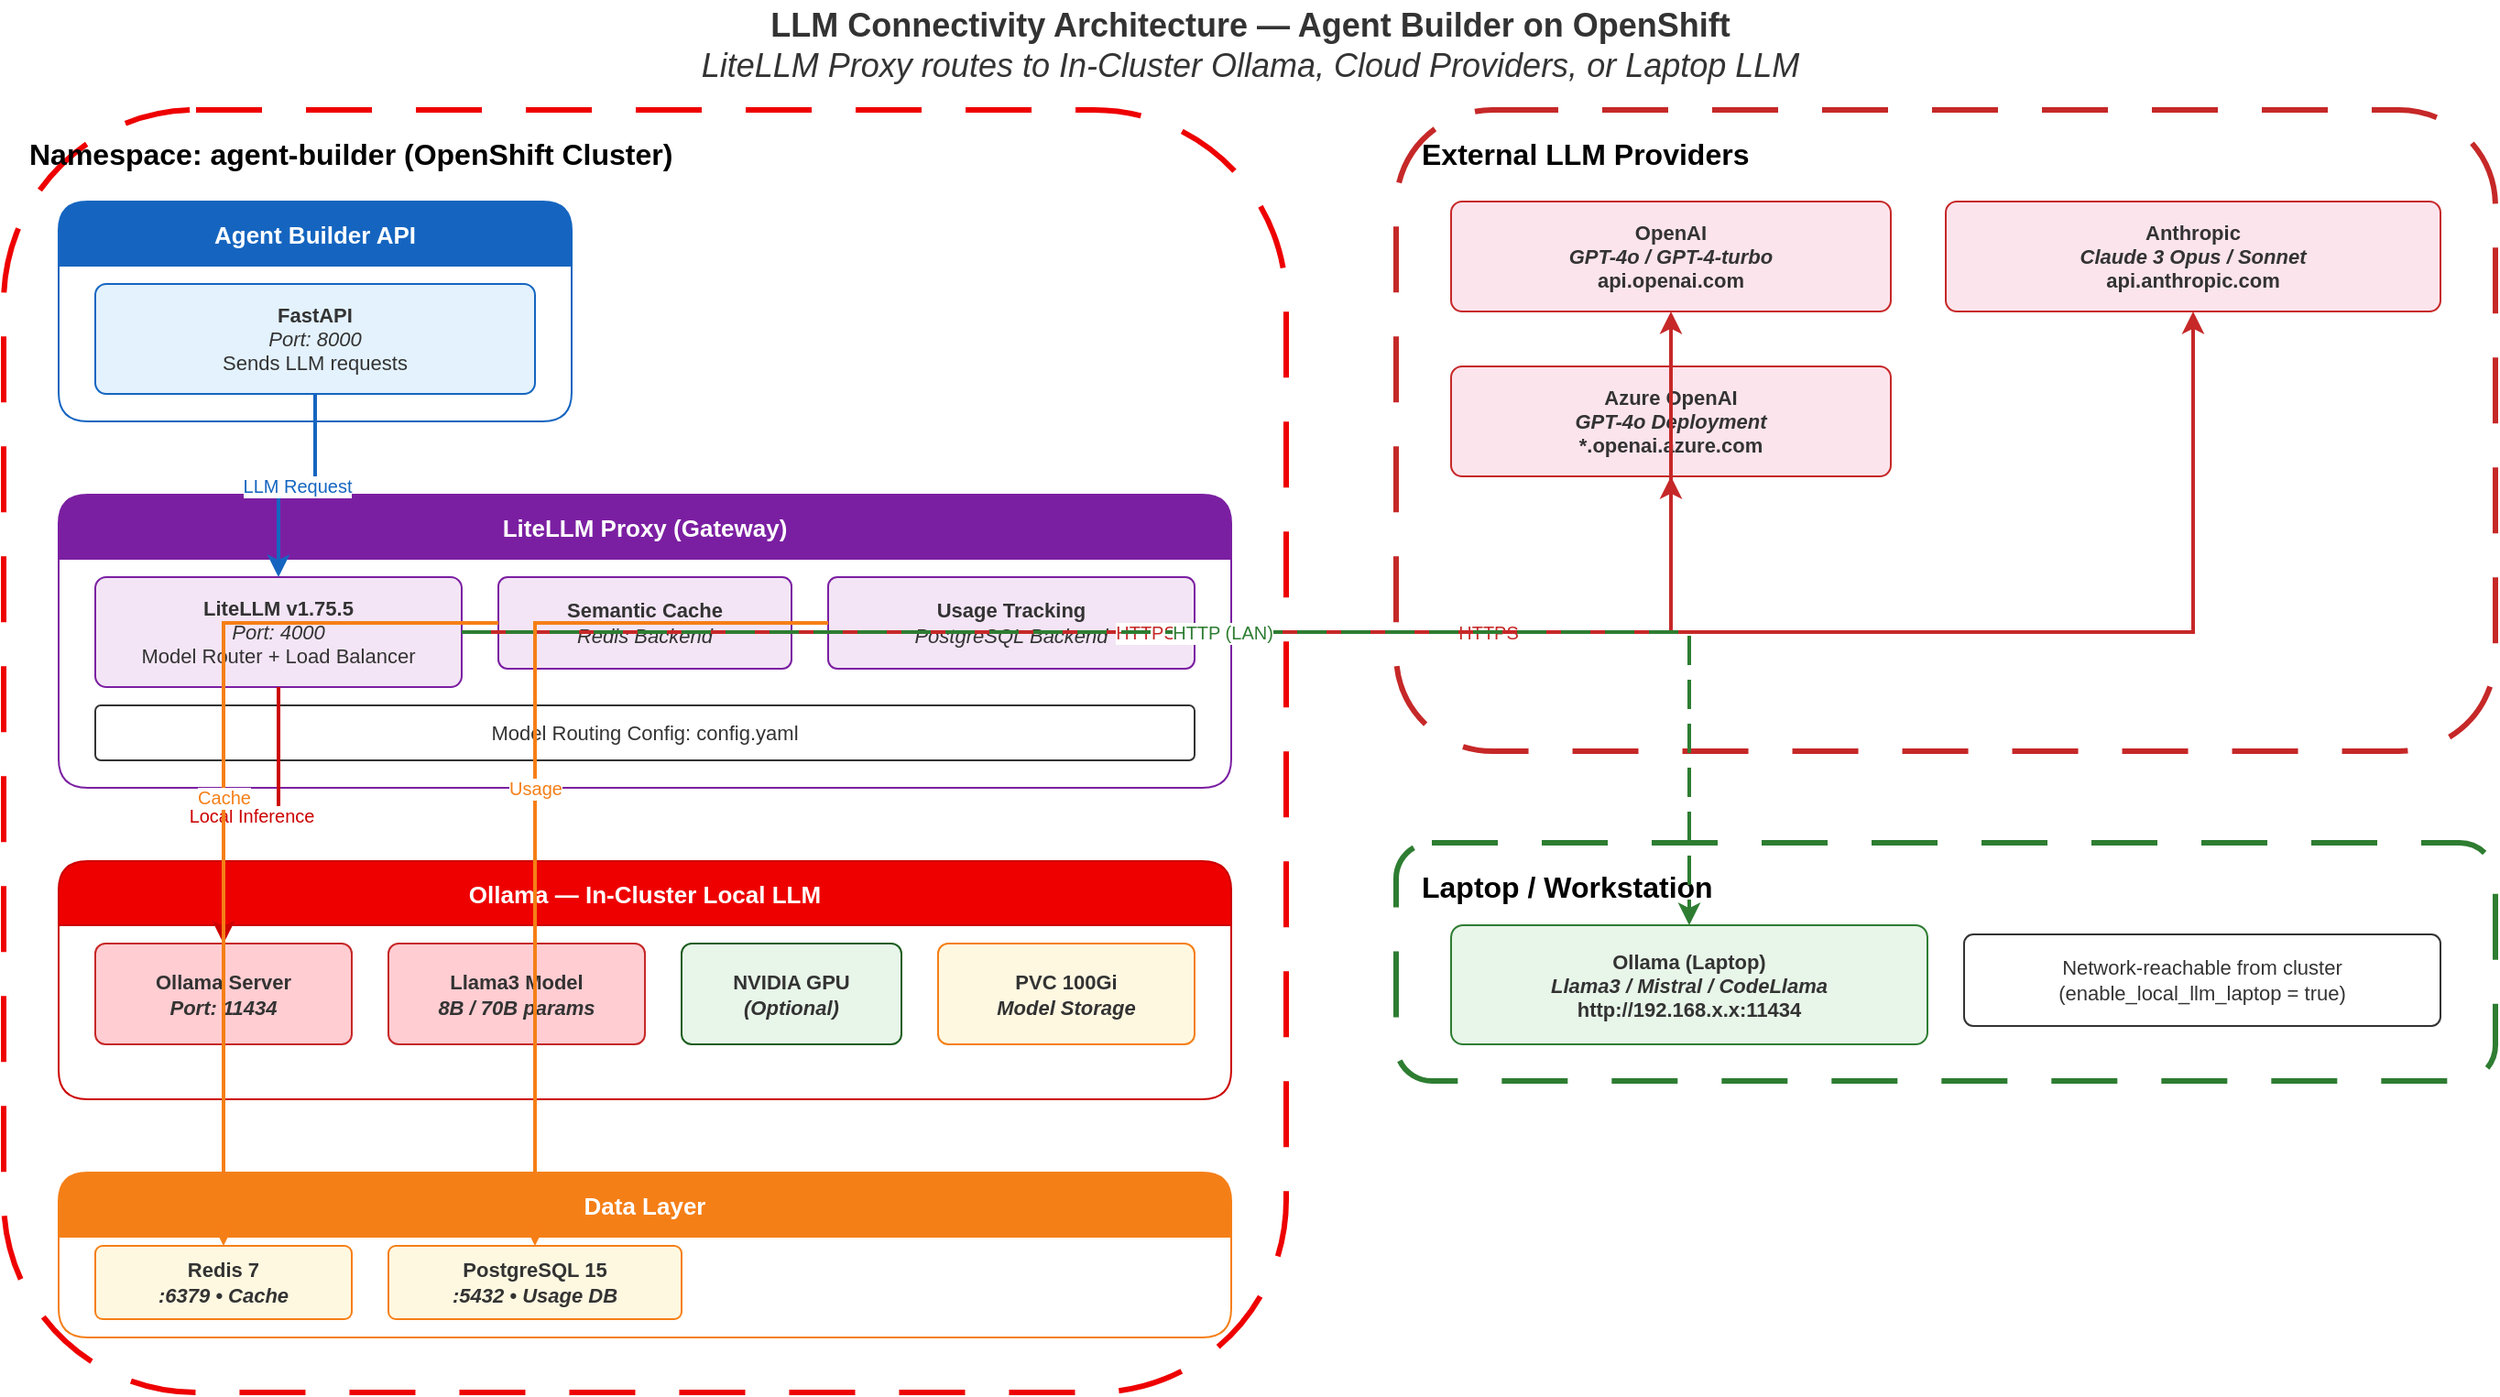
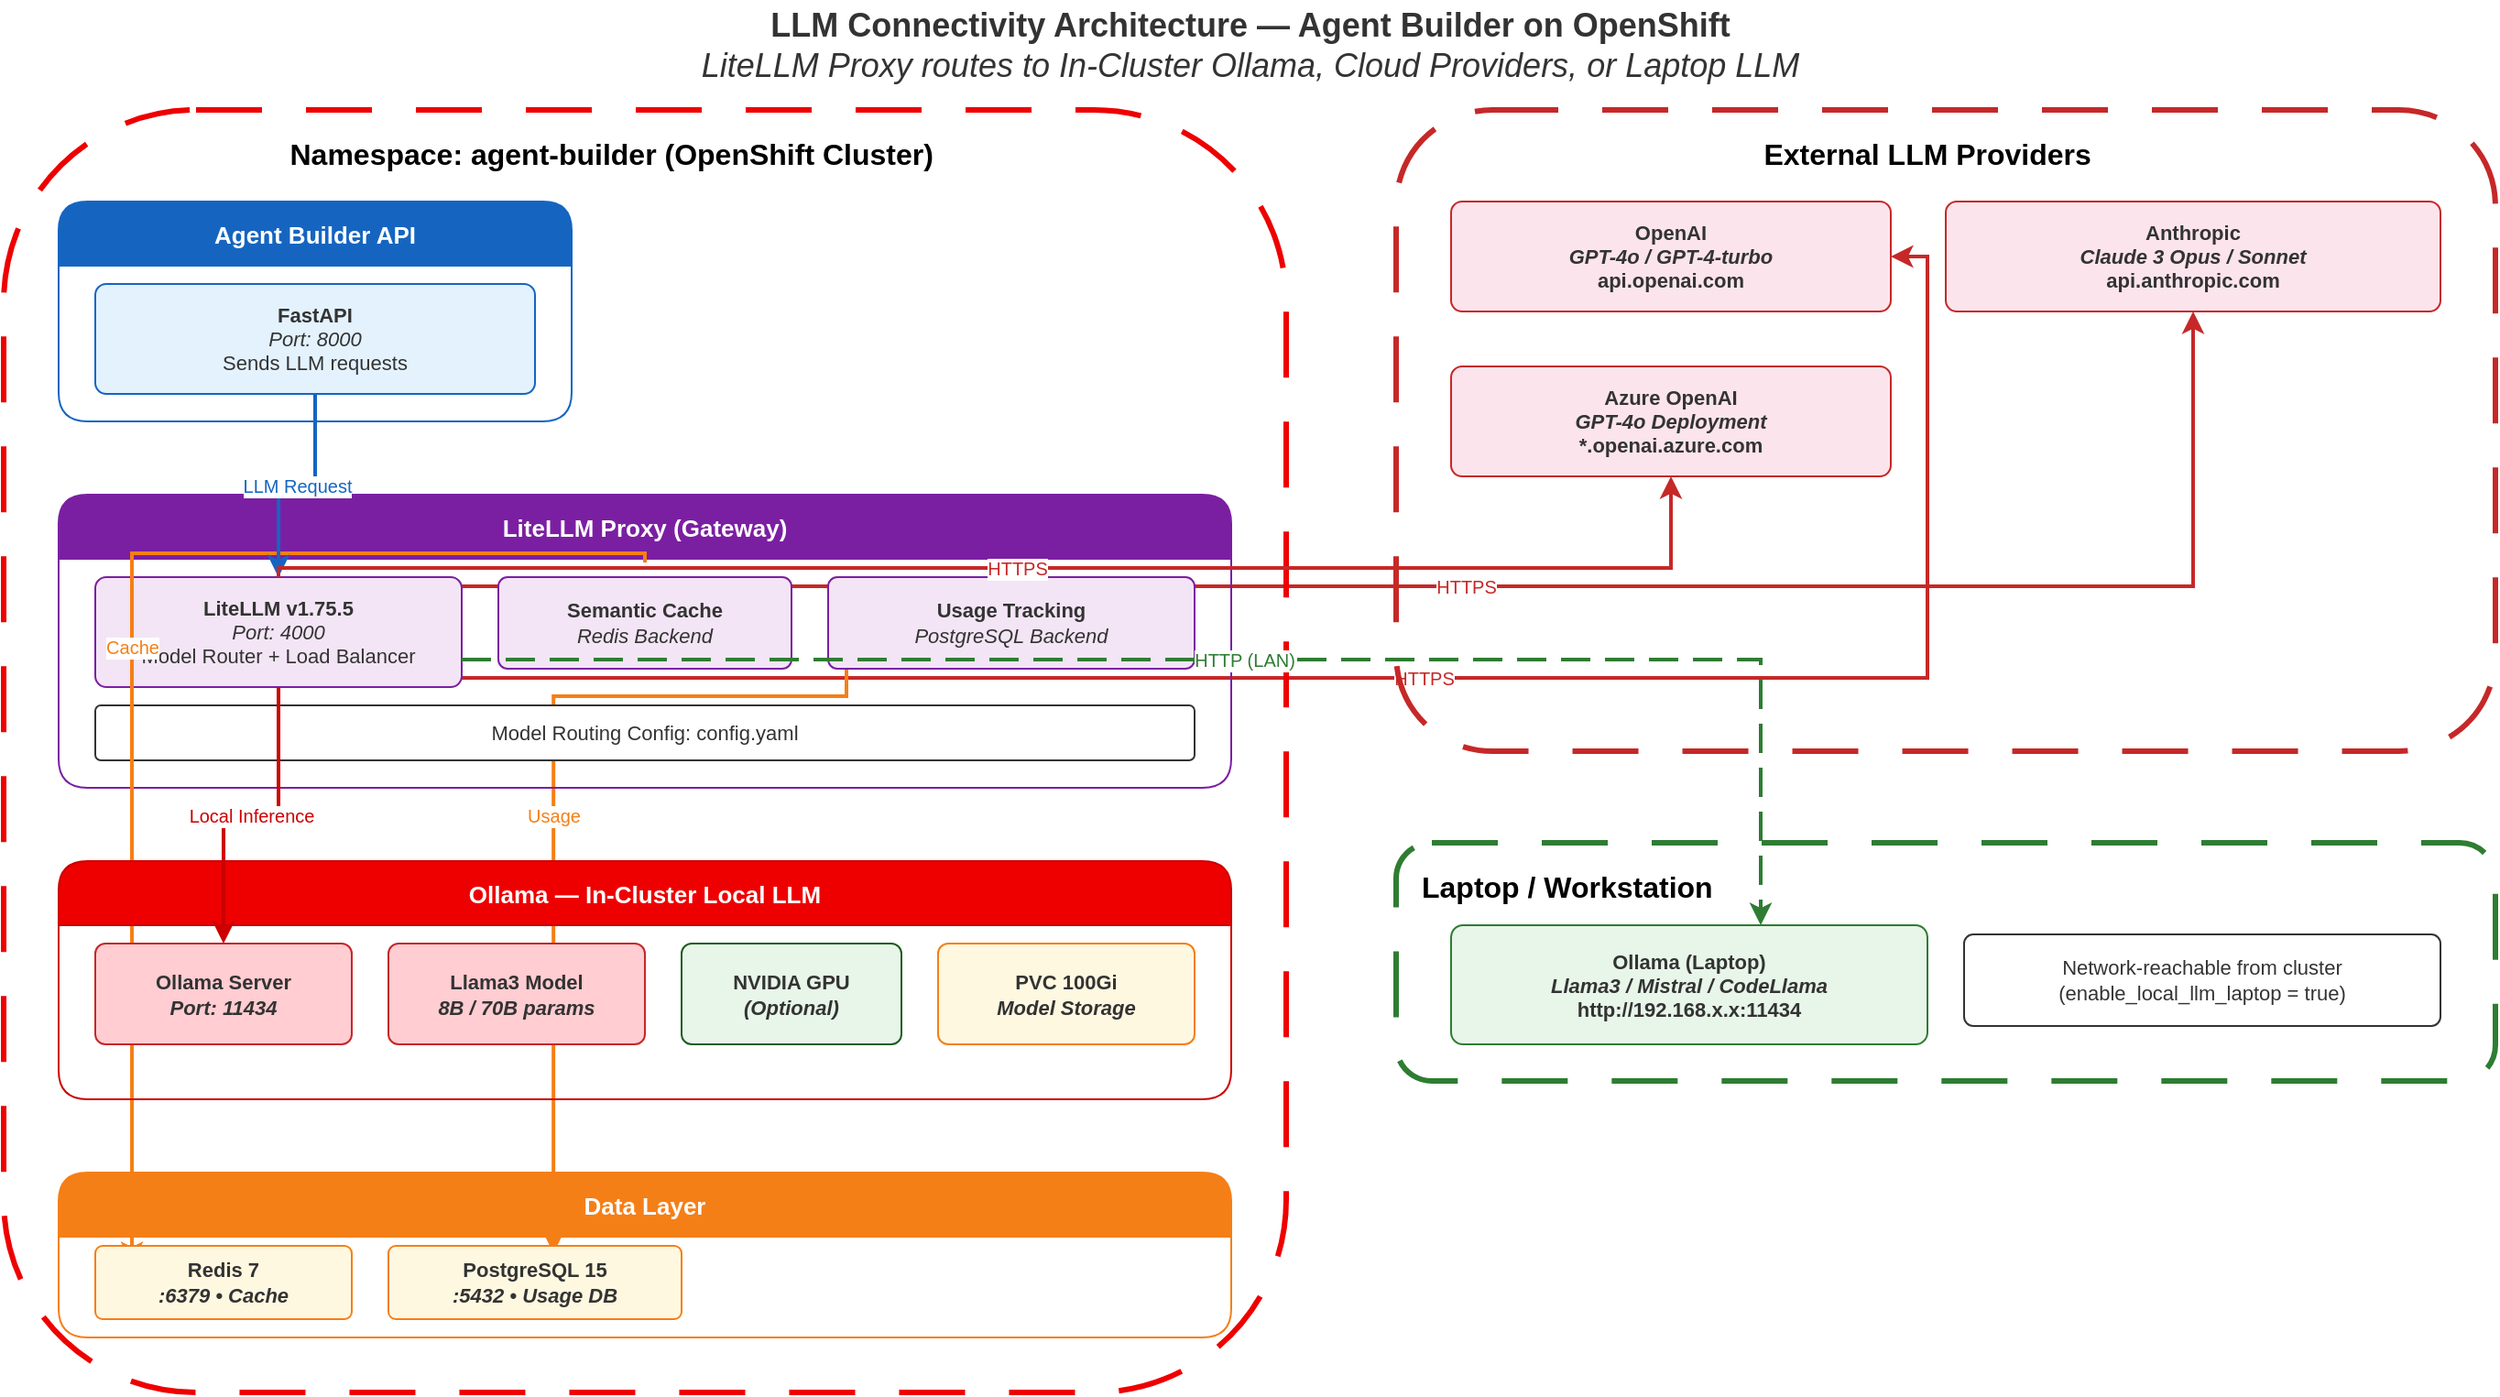
- <?xml version="1.0" encoding="UTF-8"?>
- <mxfile host="app.diagrams.net" modified="2026-04-09T00:00:00.000Z" agent="GitHub Copilot" version="24.0.0" type="device">
+ <mxfile host="Electron" agent="Mozilla/5.0 (Macintosh; Intel Mac OS X 10_15_7) AppleWebKit/537.36 (KHTML, like Gecko) draw.io/29.0.3 Chrome/140.0.7339.249 Electron/38.7.0 Safari/537.36" version="29.0.3">
  <diagram id="agent-builder-llm" name="Agent Builder LLM Connectivity">
-     <mxGraphModel dx="1400" dy="900" grid="1" gridSize="10" guides="1" tooltips="1" connect="1" arrows="1" fold="1" page="1" pageScale="1" pageWidth="1400" pageHeight="800" math="0" shadow="0">
+     <mxGraphModel dx="1234" dy="824" grid="1" gridSize="10" guides="1" tooltips="1" connect="1" arrows="1" fold="1" page="1" pageScale="1" pageWidth="1400" pageHeight="800" math="0" shadow="0">
      <root>
-         <mxCell id="0"/>
-         <mxCell id="1" parent="0"/>
-         <mxCell id="title" value="&lt;b&gt;LLM Connectivity Architecture — Agent Builder on OpenShift&lt;/b&gt;&lt;br&gt;&lt;i&gt;LiteLLM Proxy routes to In-Cluster Ollama, Cloud Providers, or Laptop LLM&lt;/i&gt;" style="text;html=1;align=center;verticalAlign=middle;resizable=0;points=[];autosize=1;strokeColor=none;fillColor=none;fontSize=18;fontColor=#333333;" vertex="1" parent="1">
-           <mxGeometry x="200" y="10" width="1000" height="50" as="geometry"/>
+         <mxCell id="0" />
+         <mxCell id="1" parent="0" />
+         <mxCell id="ea3" value="HTTPS" style="edgeStyle=orthogonalEdgeStyle;rounded=0;orthogonalLoop=1;jettySize=auto;html=1;strokeColor=#C62828;fontSize=10;fontColor=#C62828;labelBackgroundColor=#FFFFFF;strokeWidth=2;" parent="1" source="litellm_core" target="openai_p" edge="1">
+           <mxGeometry relative="1" as="geometry">
+             <Array as="points">
+               <mxPoint x="1070" y="380" />
+               <mxPoint x="1070" y="150" />
+             </Array>
+           </mxGeometry>
        </mxCell>
-         <mxCell id="ocp_ns" value="&lt;b&gt;Namespace: agent-builder (OpenShift Cluster)&lt;/b&gt;" style="rounded=1;whiteSpace=wrap;html=1;dashed=1;dashPattern=12 8;fillColor=none;fontSize=16;fontStyle=1;verticalAlign=top;align=left;spacingTop=8;spacingLeft=12;container=1;collapsible=0;strokeWidth=3;strokeColor=#EE0000;" vertex="1" parent="1">
-           <mxGeometry x="20" y="70" width="700" height="700" as="geometry"/>
+         <mxCell id="ea4" value="HTTPS" style="edgeStyle=orthogonalEdgeStyle;rounded=0;orthogonalLoop=1;jettySize=auto;html=1;strokeColor=#C62828;fontSize=10;fontColor=#C62828;labelBackgroundColor=#FFFFFF;strokeWidth=2;" parent="1" source="litellm_core" target="anthropic_p" edge="1">
+           <mxGeometry relative="1" as="geometry">
+             <Array as="points">
+               <mxPoint x="1215" y="330" />
+             </Array>
+           </mxGeometry>
        </mxCell>
-         <mxCell id="api_box" value="&lt;b&gt;Agent Builder API&lt;/b&gt;" style="swimlane;startSize=35;fillColor=#1565C0;fontColor=#FFFFFF;strokeColor=#1565C0;rounded=1;fontSize=13;fontStyle=1;whiteSpace=wrap;html=1;container=1;collapsible=0;" vertex="1" parent="ocp_ns">
-           <mxGeometry x="30" y="50" width="280" height="120" as="geometry"/>
+         <mxCell id="title" value="&lt;b&gt;LLM Connectivity Architecture — Agent Builder on OpenShift&lt;/b&gt;&lt;br&gt;&lt;i&gt;LiteLLM Proxy routes to In-Cluster Ollama, Cloud Providers, or Laptop LLM&lt;/i&gt;" style="text;html=1;align=center;verticalAlign=middle;resizable=0;points=[];autosize=1;strokeColor=none;fillColor=none;fontSize=18;fontColor=#333333;" parent="1" vertex="1">
+           <mxGeometry x="200" y="10" width="1000" height="50" as="geometry" />
        </mxCell>
-         <mxCell id="api_cell" value="&lt;b&gt;FastAPI&lt;/b&gt;&lt;br&gt;&lt;i&gt;Port: 8000&lt;/i&gt;&lt;br&gt;Sends LLM requests" style="rounded=1;whiteSpace=wrap;html=1;fillColor=#E3F2FD;strokeColor=#1565C0;fontSize=11;fontStyle=0;fontColor=#333333;arcSize=10;" vertex="1" parent="api_box">
-           <mxGeometry x="20" y="45" width="240" height="60" as="geometry"/>
+         <mxCell id="ocp_ns" value="&lt;b&gt;&lt;span style=&quot;white-space: pre;&quot;&gt;&#x9;&lt;/span&gt;&lt;span style=&quot;white-space: pre;&quot;&gt;&#x9;&lt;/span&gt;&lt;span style=&quot;white-space: pre;&quot;&gt;&#x9;&lt;/span&gt;&lt;span style=&quot;white-space: pre;&quot;&gt;&#x9;&lt;/span&gt;Namespace: agent-builder (OpenShift Cluster)&lt;/b&gt;" style="rounded=1;whiteSpace=wrap;html=1;dashed=1;dashPattern=12 8;fillColor=none;fontSize=16;fontStyle=1;verticalAlign=top;align=left;spacingTop=8;spacingLeft=12;container=1;collapsible=0;strokeWidth=3;strokeColor=#EE0000;" parent="1" vertex="1">
+           <mxGeometry x="20" y="70" width="700" height="700" as="geometry" />
        </mxCell>
-         <mxCell id="litellm_box" value="&lt;b&gt;LiteLLM Proxy (Gateway)&lt;/b&gt;" style="swimlane;startSize=35;fillColor=#7B1FA2;fontColor=#FFFFFF;strokeColor=#7B1FA2;rounded=1;fontSize=13;fontStyle=1;whiteSpace=wrap;html=1;container=1;collapsible=0;" vertex="1" parent="ocp_ns">
-           <mxGeometry x="30" y="210" width="640" height="160" as="geometry"/>
+         <mxCell id="ea8" value="Usage" style="edgeStyle=orthogonalEdgeStyle;rounded=0;orthogonalLoop=1;jettySize=auto;html=1;strokeColor=#F57F17;fontSize=10;fontColor=#F57F17;labelBackgroundColor=#FFFFFF;strokeWidth=2;entryX=0.563;entryY=0.1;entryDx=0;entryDy=0;entryPerimeter=0;" parent="ocp_ns" target="pg_c" edge="1">
+           <mxGeometry relative="1" as="geometry">
+             <mxPoint x="460" y="305" as="sourcePoint" />
+             <mxPoint x="300" y="645" as="targetPoint" />
+             <Array as="points">
+               <mxPoint x="460" y="320" />
+               <mxPoint x="300" y="320" />
+             </Array>
+           </mxGeometry>
        </mxCell>
-         <mxCell id="litellm_core" value="&lt;b&gt;LiteLLM v1.75.5&lt;/b&gt;&lt;br&gt;&lt;i&gt;Port: 4000&lt;/i&gt;&lt;br&gt;Model Router + Load Balancer" style="rounded=1;whiteSpace=wrap;html=1;fillColor=#F3E5F5;strokeColor=#7B1FA2;fontSize=11;fontStyle=0;fontColor=#333333;arcSize=10;" vertex="1" parent="litellm_box">
-           <mxGeometry x="20" y="45" width="200" height="60" as="geometry"/>
+         <mxCell id="api_box" value="&lt;b&gt;Agent Builder API&lt;/b&gt;" style="swimlane;startSize=35;fillColor=#1565C0;fontColor=#FFFFFF;strokeColor=#1565C0;rounded=1;fontSize=13;fontStyle=1;whiteSpace=wrap;html=1;container=1;collapsible=0;" parent="ocp_ns" vertex="1">
+           <mxGeometry x="30" y="50" width="280" height="120" as="geometry" />
        </mxCell>
-         <mxCell id="litellm_cache" value="&lt;b&gt;Semantic Cache&lt;/b&gt;&lt;br&gt;&lt;i&gt;Redis Backend&lt;/i&gt;" style="rounded=1;whiteSpace=wrap;html=1;fillColor=#F3E5F5;strokeColor=#7B1FA2;fontSize=11;fontStyle=0;fontColor=#333333;arcSize=10;" vertex="1" parent="litellm_box">
-           <mxGeometry x="240" y="45" width="160" height="50" as="geometry"/>
+         <mxCell id="api_cell" value="&lt;b&gt;FastAPI&lt;/b&gt;&lt;br&gt;&lt;i&gt;Port: 8000&lt;/i&gt;&lt;br&gt;Sends LLM requests" style="rounded=1;whiteSpace=wrap;html=1;fillColor=#E3F2FD;strokeColor=#1565C0;fontSize=11;fontStyle=0;fontColor=#333333;arcSize=10;" parent="api_box" vertex="1">
+           <mxGeometry x="20" y="45" width="240" height="60" as="geometry" />
        </mxCell>
-         <mxCell id="litellm_pg" value="&lt;b&gt;Usage Tracking&lt;/b&gt;&lt;br&gt;&lt;i&gt;PostgreSQL Backend&lt;/i&gt;" style="rounded=1;whiteSpace=wrap;html=1;fillColor=#F3E5F5;strokeColor=#7B1FA2;fontSize=11;fontStyle=0;fontColor=#333333;arcSize=10;" vertex="1" parent="litellm_box">
-           <mxGeometry x="420" y="45" width="200" height="50" as="geometry"/>
+         <mxCell id="litellm_box" value="&lt;b&gt;LiteLLM Proxy (Gateway)&lt;/b&gt;" style="swimlane;startSize=35;fillColor=#7B1FA2;fontColor=#FFFFFF;strokeColor=#7B1FA2;rounded=1;fontSize=13;fontStyle=1;whiteSpace=wrap;html=1;container=1;collapsible=0;" parent="ocp_ns" vertex="1">
+           <mxGeometry x="30" y="210" width="640" height="160" as="geometry" />
        </mxCell>
-         <mxCell id="litellm_cfg" value="Model Routing Config: config.yaml" style="rounded=1;whiteSpace=wrap;html=1;fillColor=#FFFFFF;strokeColor=#333333;fontSize=11;fontStyle=0;fontColor=#333333;arcSize=10;" vertex="1" parent="litellm_box">
-           <mxGeometry x="20" y="115" width="600" height="30" as="geometry"/>
+         <mxCell id="litellm_core" value="&lt;font style=&quot;font-size: 11px;&quot;&gt;&lt;b style=&quot;&quot;&gt;LiteLLM v1.75.5&lt;/b&gt;&lt;br&gt;&lt;i style=&quot;&quot;&gt;Port: 4000&lt;/i&gt;&lt;br&gt;Model Router + Load Balancer&lt;/font&gt;" style="rounded=1;whiteSpace=wrap;html=1;fillColor=#F3E5F5;strokeColor=#7B1FA2;fontSize=11;fontStyle=0;fontColor=#333333;arcSize=10;align=center;" parent="litellm_box" vertex="1">
+           <mxGeometry x="20" y="45" width="200" height="60" as="geometry" />
        </mxCell>
-         <mxCell id="ollama_box" value="&lt;b&gt;Ollama — In-Cluster Local LLM&lt;/b&gt;" style="swimlane;startSize=35;fillColor=#EE0000;fontColor=#FFFFFF;strokeColor=#CC0000;rounded=1;fontSize=13;fontStyle=1;whiteSpace=wrap;html=1;container=1;collapsible=0;" vertex="1" parent="ocp_ns">
-           <mxGeometry x="30" y="410" width="640" height="130" as="geometry"/>
+         <mxCell id="litellm_cache" value="&lt;b&gt;Semantic Cache&lt;/b&gt;&lt;br&gt;&lt;i&gt;Redis Backend&lt;/i&gt;" style="rounded=1;whiteSpace=wrap;html=1;fillColor=#F3E5F5;strokeColor=#7B1FA2;fontSize=11;fontStyle=0;fontColor=#333333;arcSize=10;" parent="litellm_box" vertex="1">
+           <mxGeometry x="240" y="45" width="160" height="50" as="geometry" />
        </mxCell>
-         <mxCell id="ollama_core" value="&lt;b&gt;Ollama Server&lt;/b&gt;&lt;br&gt;&lt;i&gt;Port: 11434&lt;/i&gt;" style="rounded=1;whiteSpace=wrap;html=1;fillColor=#FFCDD2;strokeColor=#C62828;fontSize=11;fontStyle=1;fontColor=#333333;arcSize=10;" vertex="1" parent="ollama_box">
-           <mxGeometry x="20" y="45" width="140" height="55" as="geometry"/>
+         <mxCell id="litellm_pg" value="&lt;b&gt;Usage Tracking&lt;/b&gt;&lt;br&gt;&lt;i&gt;PostgreSQL Backend&lt;/i&gt;" style="rounded=1;whiteSpace=wrap;html=1;fillColor=#F3E5F5;strokeColor=#7B1FA2;fontSize=11;fontStyle=0;fontColor=#333333;arcSize=10;" parent="litellm_box" vertex="1">
+           <mxGeometry x="420" y="45" width="200" height="50" as="geometry" />
        </mxCell>
-         <mxCell id="ollama_model" value="&lt;b&gt;Llama3 Model&lt;/b&gt;&lt;br&gt;&lt;i&gt;8B / 70B params&lt;/i&gt;" style="rounded=1;whiteSpace=wrap;html=1;fillColor=#FFCDD2;strokeColor=#C62828;fontSize=11;fontStyle=1;fontColor=#333333;arcSize=10;" vertex="1" parent="ollama_box">
-           <mxGeometry x="180" y="45" width="140" height="55" as="geometry"/>
+         <mxCell id="litellm_cfg" value="Model Routing Config: config.yaml" style="rounded=1;whiteSpace=wrap;html=1;fillColor=#FFFFFF;strokeColor=#333333;fontSize=11;fontStyle=0;fontColor=#333333;arcSize=10;" parent="litellm_box" vertex="1">
+           <mxGeometry x="20" y="115" width="600" height="30" as="geometry" />
        </mxCell>
-         <mxCell id="ollama_gpu" value="&lt;b&gt;NVIDIA GPU&lt;/b&gt;&lt;br&gt;&lt;i&gt;(Optional)&lt;/i&gt;" style="rounded=1;whiteSpace=wrap;html=1;fillColor=#E8F5E9;strokeColor=#1B5E20;fontSize=11;fontStyle=1;fontColor=#333333;arcSize=10;" vertex="1" parent="ollama_box">
-           <mxGeometry x="340" y="45" width="120" height="55" as="geometry"/>
+         <mxCell id="ea7" value="Cache" style="edgeStyle=orthogonalEdgeStyle;rounded=0;orthogonalLoop=1;jettySize=auto;html=1;strokeColor=#F57F17;fontSize=10;fontColor=#F57F17;labelBackgroundColor=#FFFFFF;strokeWidth=2;entryX=0.143;entryY=0.25;entryDx=0;entryDy=0;entryPerimeter=0;" parent="litellm_box" target="redis_c" edge="1">
+           <mxGeometry relative="1" as="geometry">
+             <mxPoint x="320" y="37" as="sourcePoint" />
+             <mxPoint x="40" y="412" as="targetPoint" />
+             <Array as="points">
+               <mxPoint x="320" y="32" />
+               <mxPoint x="40" y="32" />
+             </Array>
+           </mxGeometry>
        </mxCell>
-         <mxCell id="ollama_pvc" value="&lt;b&gt;PVC 100Gi&lt;/b&gt;&lt;br&gt;&lt;i&gt;Model Storage&lt;/i&gt;" style="rounded=1;whiteSpace=wrap;html=1;fillColor=#FFF8E1;strokeColor=#F57F17;fontSize=11;fontStyle=1;fontColor=#333333;arcSize=10;" vertex="1" parent="ollama_box">
-           <mxGeometry x="480" y="45" width="140" height="55" as="geometry"/>
+         <mxCell id="ollama_box" value="&lt;b&gt;Ollama — In-Cluster Local LLM&lt;/b&gt;" style="swimlane;startSize=35;fillColor=#EE0000;fontColor=#FFFFFF;strokeColor=#CC0000;rounded=1;fontSize=13;fontStyle=1;whiteSpace=wrap;html=1;container=1;collapsible=0;" parent="ocp_ns" vertex="1">
+           <mxGeometry x="30" y="410" width="640" height="130" as="geometry" />
        </mxCell>
-         <mxCell id="data_box" value="&lt;b&gt;Data Layer&lt;/b&gt;" style="swimlane;startSize=35;fillColor=#F57F17;fontColor=#FFFFFF;strokeColor=#F57F17;rounded=1;fontSize=13;fontStyle=1;whiteSpace=wrap;html=1;container=1;collapsible=0;" vertex="1" parent="ocp_ns">
-           <mxGeometry x="30" y="580" width="640" height="90" as="geometry"/>
+         <mxCell id="ollama_core" value="&lt;b&gt;Ollama Server&lt;/b&gt;&lt;br&gt;&lt;i&gt;Port: 11434&lt;/i&gt;" style="rounded=1;whiteSpace=wrap;html=1;fillColor=#FFCDD2;strokeColor=#C62828;fontSize=11;fontStyle=1;fontColor=#333333;arcSize=10;" parent="ollama_box" vertex="1">
+           <mxGeometry x="20" y="45" width="140" height="55" as="geometry" />
        </mxCell>
-         <mxCell id="redis_c" value="&lt;b&gt;Redis 7&lt;/b&gt;&lt;br&gt;&lt;i&gt;:6379 • Cache&lt;/i&gt;" style="rounded=1;whiteSpace=wrap;html=1;fillColor=#FFF8E1;strokeColor=#F57F17;fontSize=11;fontStyle=1;fontColor=#333333;arcSize=10;" vertex="1" parent="data_box">
-           <mxGeometry x="20" y="40" width="140" height="40" as="geometry"/>
+         <mxCell id="ollama_model" value="&lt;b&gt;Llama3 Model&lt;/b&gt;&lt;br&gt;&lt;i&gt;8B / 70B params&lt;/i&gt;" style="rounded=1;whiteSpace=wrap;html=1;fillColor=#FFCDD2;strokeColor=#C62828;fontSize=11;fontStyle=1;fontColor=#333333;arcSize=10;" parent="ollama_box" vertex="1">
+           <mxGeometry x="180" y="45" width="140" height="55" as="geometry" />
        </mxCell>
-         <mxCell id="pg_c" value="&lt;b&gt;PostgreSQL 15&lt;/b&gt;&lt;br&gt;&lt;i&gt;:5432 • Usage DB&lt;/i&gt;" style="rounded=1;whiteSpace=wrap;html=1;fillColor=#FFF8E1;strokeColor=#F57F17;fontSize=11;fontStyle=1;fontColor=#333333;arcSize=10;" vertex="1" parent="data_box">
-           <mxGeometry x="180" y="40" width="160" height="40" as="geometry"/>
+         <mxCell id="ollama_gpu" value="&lt;b&gt;NVIDIA GPU&lt;/b&gt;&lt;br&gt;&lt;i&gt;(Optional)&lt;/i&gt;" style="rounded=1;whiteSpace=wrap;html=1;fillColor=#E8F5E9;strokeColor=#1B5E20;fontSize=11;fontStyle=1;fontColor=#333333;arcSize=10;" parent="ollama_box" vertex="1">
+           <mxGeometry x="340" y="45" width="120" height="55" as="geometry" />
        </mxCell>
-         <mxCell id="ext_region" value="&lt;b&gt;External LLM Providers&lt;/b&gt;" style="rounded=1;whiteSpace=wrap;html=1;dashed=1;dashPattern=12 8;fillColor=none;fontSize=16;fontStyle=1;verticalAlign=top;align=left;spacingTop=8;spacingLeft=12;container=1;collapsible=0;strokeWidth=3;strokeColor=#C62828;" vertex="1" parent="1">
-           <mxGeometry x="780" y="70" width="600" height="350" as="geometry"/>
+         <mxCell id="ollama_pvc" value="&lt;b&gt;PVC 100Gi&lt;/b&gt;&lt;br&gt;&lt;i&gt;Model Storage&lt;/i&gt;" style="rounded=1;whiteSpace=wrap;html=1;fillColor=#FFF8E1;strokeColor=#F57F17;fontSize=11;fontStyle=1;fontColor=#333333;arcSize=10;" parent="ollama_box" vertex="1">
+           <mxGeometry x="480" y="45" width="140" height="55" as="geometry" />
        </mxCell>
-         <mxCell id="openai_p" value="&lt;b&gt;OpenAI&lt;/b&gt;&lt;br&gt;&lt;i&gt;GPT-4o / GPT-4-turbo&lt;/i&gt;&lt;br&gt;api.openai.com" style="rounded=1;whiteSpace=wrap;html=1;fillColor=#FCE4EC;strokeColor=#C62828;fontSize=11;fontStyle=1;fontColor=#333333;arcSize=10;" vertex="1" parent="ext_region">
-           <mxGeometry x="30" y="50" width="240" height="60" as="geometry"/>
+         <mxCell id="data_box" value="&lt;b&gt;Data Layer&lt;/b&gt;" style="swimlane;startSize=35;fillColor=#F57F17;fontColor=#FFFFFF;strokeColor=#F57F17;rounded=1;fontSize=13;fontStyle=1;whiteSpace=wrap;html=1;container=1;collapsible=0;" parent="ocp_ns" vertex="1">
+           <mxGeometry x="30" y="580" width="640" height="90" as="geometry" />
        </mxCell>
-         <mxCell id="anthropic_p" value="&lt;b&gt;Anthropic&lt;/b&gt;&lt;br&gt;&lt;i&gt;Claude 3 Opus / Sonnet&lt;/i&gt;&lt;br&gt;api.anthropic.com" style="rounded=1;whiteSpace=wrap;html=1;fillColor=#FCE4EC;strokeColor=#C62828;fontSize=11;fontStyle=1;fontColor=#333333;arcSize=10;" vertex="1" parent="ext_region">
-           <mxGeometry x="300" y="50" width="270" height="60" as="geometry"/>
+         <mxCell id="redis_c" value="&lt;b&gt;Redis 7&lt;/b&gt;&lt;br&gt;&lt;i&gt;:6379 • Cache&lt;/i&gt;" style="rounded=1;whiteSpace=wrap;html=1;fillColor=#FFF8E1;strokeColor=#F57F17;fontSize=11;fontStyle=1;fontColor=#333333;arcSize=10;" parent="data_box" vertex="1">
+           <mxGeometry x="20" y="40" width="140" height="40" as="geometry" />
        </mxCell>
-         <mxCell id="azure_oai_p" value="&lt;b&gt;Azure OpenAI&lt;/b&gt;&lt;br&gt;&lt;i&gt;GPT-4o Deployment&lt;/i&gt;&lt;br&gt;*.openai.azure.com" style="rounded=1;whiteSpace=wrap;html=1;fillColor=#FCE4EC;strokeColor=#C62828;fontSize=11;fontStyle=1;fontColor=#333333;arcSize=10;" vertex="1" parent="ext_region">
-           <mxGeometry x="30" y="140" width="240" height="60" as="geometry"/>
+         <mxCell id="pg_c" value="&lt;b&gt;PostgreSQL 15&lt;/b&gt;&lt;br&gt;&lt;i&gt;:5432 • Usage DB&lt;/i&gt;" style="rounded=1;whiteSpace=wrap;html=1;fillColor=#FFF8E1;strokeColor=#F57F17;fontSize=11;fontStyle=1;fontColor=#333333;arcSize=10;" parent="data_box" vertex="1">
+           <mxGeometry x="180" y="40" width="160" height="40" as="geometry" />
        </mxCell>
-         <mxCell id="laptop_region" value="&lt;b&gt;Laptop / Workstation&lt;/b&gt;" style="rounded=1;whiteSpace=wrap;html=1;dashed=1;dashPattern=12 8;fillColor=none;fontSize=16;fontStyle=1;verticalAlign=top;align=left;spacingTop=8;spacingLeft=12;container=1;collapsible=0;strokeWidth=3;strokeColor=#2E7D32;" vertex="1" parent="1">
-           <mxGeometry x="780" y="470" width="600" height="130" as="geometry"/>
+         <mxCell id="ext_region" value="&lt;b&gt;&lt;span style=&quot;white-space: pre;&quot;&gt;&#x9;&lt;/span&gt;&lt;span style=&quot;white-space: pre;&quot;&gt;&#x9;&lt;/span&gt;&lt;span style=&quot;white-space: pre;&quot;&gt;&#x9;&lt;/span&gt;&lt;span style=&quot;white-space: pre;&quot;&gt;&#x9;&lt;/span&gt;&lt;span style=&quot;white-space: pre;&quot;&gt;&#x9;&lt;/span&gt;&amp;nbsp; External LLM Providers&lt;/b&gt;" style="rounded=1;whiteSpace=wrap;html=1;dashed=1;dashPattern=12 8;fillColor=none;fontSize=16;fontStyle=1;verticalAlign=top;align=left;spacingTop=8;spacingLeft=12;container=1;collapsible=0;strokeWidth=3;strokeColor=#C62828;" parent="1" vertex="1">
+           <mxGeometry x="780" y="70" width="600" height="350" as="geometry" />
        </mxCell>
-         <mxCell id="laptop_ollama" value="&lt;b&gt;Ollama (Laptop)&lt;/b&gt;&lt;br&gt;&lt;i&gt;Llama3 / Mistral / CodeLlama&lt;/i&gt;&lt;br&gt;http://192.168.x.x:11434" style="rounded=1;whiteSpace=wrap;html=1;fillColor=#E8F5E9;strokeColor=#2E7D32;fontSize=11;fontStyle=1;fontColor=#333333;arcSize=10;" vertex="1" parent="laptop_region">
-           <mxGeometry x="30" y="45" width="260" height="65" as="geometry"/>
+         <mxCell id="openai_p" value="&lt;b&gt;OpenAI&lt;/b&gt;&lt;br&gt;&lt;i&gt;GPT-4o / GPT-4-turbo&lt;/i&gt;&lt;br&gt;api.openai.com" style="rounded=1;whiteSpace=wrap;html=1;fillColor=#FCE4EC;strokeColor=#C62828;fontSize=11;fontStyle=1;fontColor=#333333;arcSize=10;" parent="ext_region" vertex="1">
+           <mxGeometry x="30" y="50" width="240" height="60" as="geometry" />
        </mxCell>
-         <mxCell id="laptop_note" value="Network-reachable from cluster&lt;br&gt;(enable_local_llm_laptop = true)" style="rounded=1;whiteSpace=wrap;html=1;fillColor=#FFFFFF;strokeColor=#333333;fontSize=11;fontStyle=0;fontColor=#333333;arcSize=10;" vertex="1" parent="laptop_region">
-           <mxGeometry x="310" y="50" width="260" height="50" as="geometry"/>
+         <mxCell id="anthropic_p" value="&lt;b&gt;Anthropic&lt;/b&gt;&lt;br&gt;&lt;i&gt;Claude 3 Opus / Sonnet&lt;/i&gt;&lt;br&gt;api.anthropic.com" style="rounded=1;whiteSpace=wrap;html=1;fillColor=#FCE4EC;strokeColor=#C62828;fontSize=11;fontStyle=1;fontColor=#333333;arcSize=10;" parent="ext_region" vertex="1">
+           <mxGeometry x="300" y="50" width="270" height="60" as="geometry" />
        </mxCell>
-         <mxCell id="ea1" value="LLM Request" style="edgeStyle=orthogonalEdgeStyle;rounded=0;orthogonalLoop=1;jettySize=auto;html=1;strokeColor=#1565C0;fontSize=10;fontColor=#1565C0;labelBackgroundColor=#FFFFFF;strokeWidth=2;" edge="1" source="api_cell" target="litellm_core" parent="1">
-           <mxGeometry relative="1" as="geometry"/>
+         <mxCell id="azure_oai_p" value="&lt;b&gt;Azure OpenAI&lt;/b&gt;&lt;br&gt;&lt;i&gt;GPT-4o Deployment&lt;/i&gt;&lt;br&gt;*.openai.azure.com" style="rounded=1;whiteSpace=wrap;html=1;fillColor=#FCE4EC;strokeColor=#C62828;fontSize=11;fontStyle=1;fontColor=#333333;arcSize=10;" parent="ext_region" vertex="1">
+           <mxGeometry x="30" y="140" width="240" height="60" as="geometry" />
        </mxCell>
-         <mxCell id="ea2" value="Local Inference" style="edgeStyle=orthogonalEdgeStyle;rounded=0;orthogonalLoop=1;jettySize=auto;html=1;strokeColor=#CC0000;fontSize=10;fontColor=#CC0000;labelBackgroundColor=#FFFFFF;strokeWidth=2;" edge="1" source="litellm_core" target="ollama_core" parent="1">
-           <mxGeometry relative="1" as="geometry"/>
+         <mxCell id="laptop_region" value="&lt;b&gt;Laptop / Workstation&lt;/b&gt;" style="rounded=1;whiteSpace=wrap;html=1;dashed=1;dashPattern=12 8;fillColor=none;fontSize=16;fontStyle=1;verticalAlign=top;align=left;spacingTop=8;spacingLeft=12;container=1;collapsible=0;strokeWidth=3;strokeColor=#2E7D32;" parent="1" vertex="1">
+           <mxGeometry x="780" y="470" width="600" height="130" as="geometry" />
        </mxCell>
-         <mxCell id="ea3" value="HTTPS" style="edgeStyle=orthogonalEdgeStyle;rounded=0;orthogonalLoop=1;jettySize=auto;html=1;strokeColor=#C62828;fontSize=10;fontColor=#C62828;labelBackgroundColor=#FFFFFF;strokeWidth=2;" edge="1" source="litellm_core" target="openai_p" parent="1">
-           <mxGeometry relative="1" as="geometry"/>
+         <mxCell id="laptop_ollama" value="&lt;b&gt;Ollama (Laptop)&lt;/b&gt;&lt;br&gt;&lt;i&gt;Llama3 / Mistral / CodeLlama&lt;/i&gt;&lt;br&gt;http://192.168.x.x:11434" style="rounded=1;whiteSpace=wrap;html=1;fillColor=#E8F5E9;strokeColor=#2E7D32;fontSize=11;fontStyle=1;fontColor=#333333;arcSize=10;" parent="laptop_region" vertex="1">
+           <mxGeometry x="30" y="45" width="260" height="65" as="geometry" />
        </mxCell>
-         <mxCell id="ea4" value="HTTPS" style="edgeStyle=orthogonalEdgeStyle;rounded=0;orthogonalLoop=1;jettySize=auto;html=1;strokeColor=#C62828;fontSize=10;fontColor=#C62828;labelBackgroundColor=#FFFFFF;strokeWidth=2;" edge="1" source="litellm_core" target="anthropic_p" parent="1">
-           <mxGeometry relative="1" as="geometry"/>
+         <mxCell id="laptop_note" value="Network-reachable from cluster&lt;br&gt;(enable_local_llm_laptop = true)" style="rounded=1;whiteSpace=wrap;html=1;fillColor=#FFFFFF;strokeColor=#333333;fontSize=11;fontStyle=0;fontColor=#333333;arcSize=10;" parent="laptop_region" vertex="1">
+           <mxGeometry x="310" y="50" width="260" height="50" as="geometry" />
        </mxCell>
-         <mxCell id="ea5" value="HTTPS" style="edgeStyle=orthogonalEdgeStyle;rounded=0;orthogonalLoop=1;jettySize=auto;html=1;strokeColor=#C62828;fontSize=10;fontColor=#C62828;labelBackgroundColor=#FFFFFF;strokeWidth=2;" edge="1" source="litellm_core" target="azure_oai_p" parent="1">
-           <mxGeometry relative="1" as="geometry"/>
+         <mxCell id="ea1" value="LLM Request" style="edgeStyle=orthogonalEdgeStyle;rounded=0;orthogonalLoop=1;jettySize=auto;html=1;strokeColor=#1565C0;fontSize=10;fontColor=#1565C0;labelBackgroundColor=#FFFFFF;strokeWidth=2;" parent="1" source="api_cell" target="litellm_core" edge="1">
+           <mxGeometry relative="1" as="geometry" />
        </mxCell>
-         <mxCell id="ea6" value="HTTP (LAN)" style="edgeStyle=orthogonalEdgeStyle;rounded=0;orthogonalLoop=1;jettySize=auto;html=1;strokeColor=#2E7D32;fontSize=10;fontColor=#2E7D32;labelBackgroundColor=#FFFFFF;strokeWidth=2;dashed=1;dashPattern=8 4;" edge="1" source="litellm_core" target="laptop_ollama" parent="1">
-           <mxGeometry relative="1" as="geometry"/>
+         <mxCell id="ea2" value="Local Inference" style="edgeStyle=orthogonalEdgeStyle;rounded=0;orthogonalLoop=1;jettySize=auto;html=1;strokeColor=#CC0000;fontSize=10;fontColor=#CC0000;labelBackgroundColor=#FFFFFF;strokeWidth=2;" parent="1" source="litellm_core" target="ollama_core" edge="1">
+           <mxGeometry relative="1" as="geometry" />
        </mxCell>
-         <mxCell id="ea7" value="Cache" style="edgeStyle=orthogonalEdgeStyle;rounded=0;orthogonalLoop=1;jettySize=auto;html=1;strokeColor=#F57F17;fontSize=10;fontColor=#F57F17;labelBackgroundColor=#FFFFFF;strokeWidth=2;" edge="1" source="litellm_cache" target="redis_c" parent="1">
-           <mxGeometry relative="1" as="geometry"/>
+         <mxCell id="ea5" value="HTTPS" style="edgeStyle=orthogonalEdgeStyle;rounded=0;orthogonalLoop=1;jettySize=auto;html=1;strokeColor=#C62828;fontSize=10;fontColor=#C62828;labelBackgroundColor=#FFFFFF;strokeWidth=2;" parent="1" source="litellm_core" target="azure_oai_p" edge="1">
+           <mxGeometry relative="1" as="geometry">
+             <Array as="points">
+               <mxPoint x="170" y="320" />
+               <mxPoint x="930" y="320" />
+             </Array>
+           </mxGeometry>
        </mxCell>
-         <mxCell id="ea8" value="Usage" style="edgeStyle=orthogonalEdgeStyle;rounded=0;orthogonalLoop=1;jettySize=auto;html=1;strokeColor=#F57F17;fontSize=10;fontColor=#F57F17;labelBackgroundColor=#FFFFFF;strokeWidth=2;" edge="1" source="litellm_pg" target="pg_c" parent="1">
-           <mxGeometry relative="1" as="geometry"/>
+         <mxCell id="ea6" value="HTTP (LAN)" style="edgeStyle=orthogonalEdgeStyle;rounded=0;orthogonalLoop=1;jettySize=auto;html=1;strokeColor=#2E7D32;fontSize=10;fontColor=#2E7D32;labelBackgroundColor=#FFFFFF;strokeWidth=2;dashed=1;dashPattern=8 4;exitX=1;exitY=0.75;exitDx=0;exitDy=0;" parent="1" source="litellm_core" edge="1">
+           <mxGeometry relative="1" as="geometry">
+             <mxPoint x="277" y="370" as="sourcePoint" />
+             <mxPoint x="979" y="515" as="targetPoint" />
+             <Array as="points">
+               <mxPoint x="979" y="370" />
+             </Array>
+           </mxGeometry>
        </mxCell>
      </root>
    </mxGraphModel>
  </diagram>
</mxfile>
